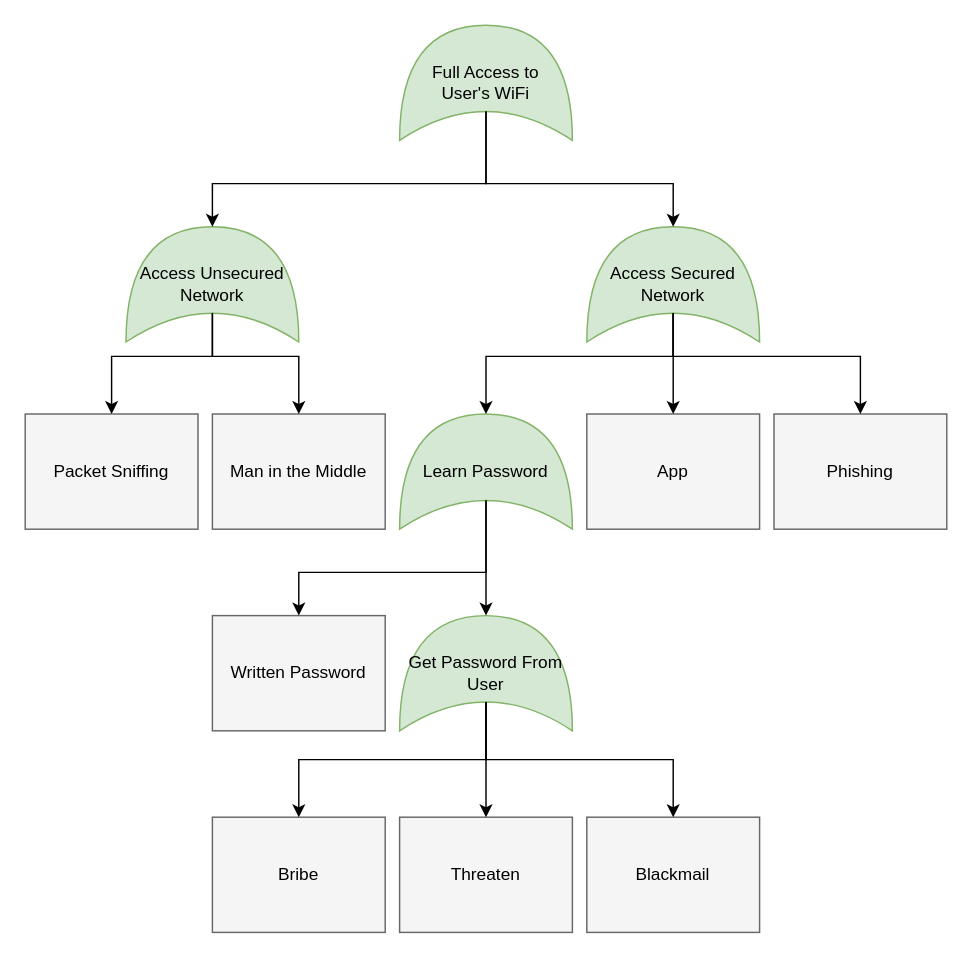
Above: page "Attack Tree" (4 of 11) of duk_website.drawio in 00Himanshu/System-Security-and-Risk-Analysis (draw.io), before the change. Source tidied: cells renumbered, new cells numbered last; positions are measured from the earlier drawing's top-left corner, leaving out a move shared by most shapes. Both pictures are drawn from the tidied source at 144%, with x=0, y=0 at pixel (24, 24).
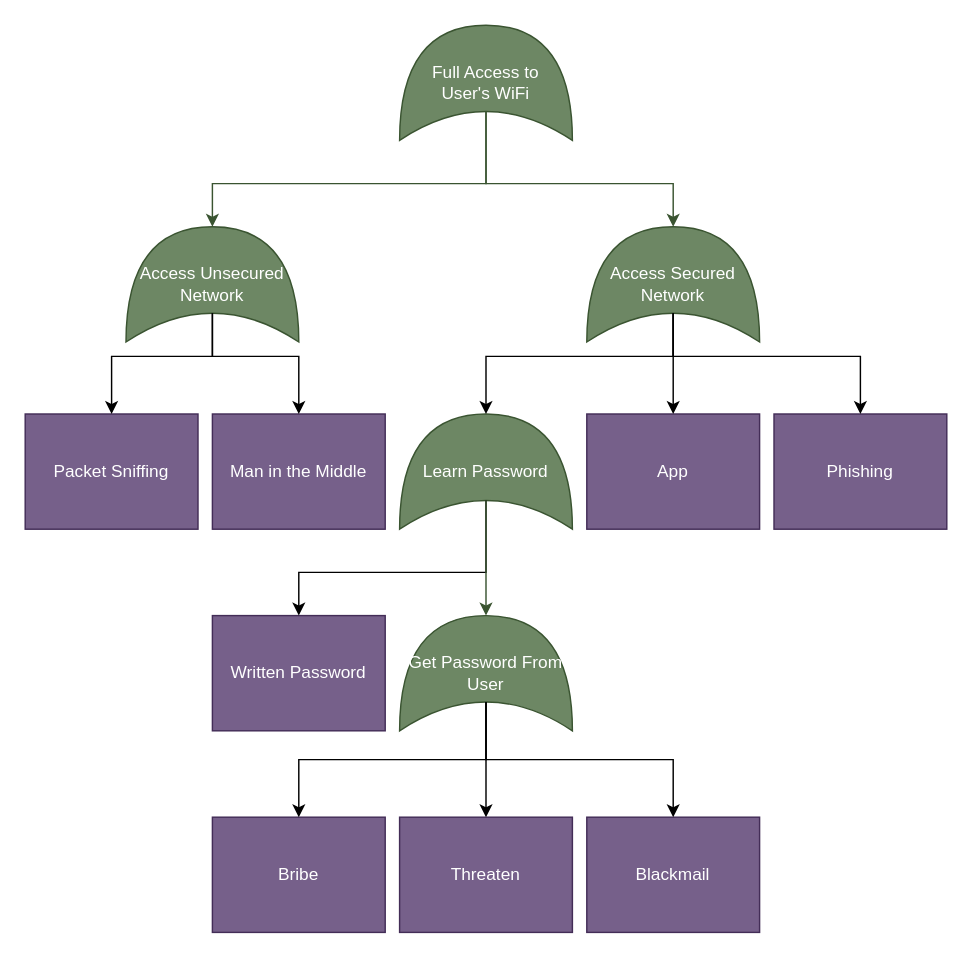
Above is the later version.

Diff of the diagram source:
```diff
@@
-    <mxCell id="2" value="Full Access to &lt;br&gt;User's WiFi" style="shape=xor;whiteSpace=wrap;html=1;fillColor=#d5e8d4;strokeColor=#82b366;direction=north;" parent="1" vertex="1">
+    <mxCell id="2" value="Full Access to &lt;br&gt;User's WiFi" style="shape=xor;whiteSpace=wrap;html=1;fillColor=#6d8764;strokeColor=#3A5431;direction=north;fontColor=#ffffff;" parent="1" vertex="1">
       <mxGeometry x="260" width="120" height="80" as="geometry" />
     </mxCell>
-    <mxCell id="3" value="Access Secured Network" style="shape=xor;whiteSpace=wrap;html=1;fillColor=#d5e8d4;strokeColor=#82b366;direction=north;" parent="1" vertex="1">
+    <mxCell id="3" value="Access Secured Network" style="shape=xor;whiteSpace=wrap;html=1;fillColor=#6d8764;strokeColor=#3A5431;direction=north;fontColor=#ffffff;" parent="1" vertex="1">
       <mxGeometry x="390" y="140" width="120" height="80" as="geometry" />
     </mxCell>
-    <mxCell id="4" style="edgeStyle=orthogonalEdgeStyle;rounded=0;jettySize=auto;html=1;exitX=0.25;exitY=0.5;exitDx=0;exitDy=0;exitPerimeter=0;entryX=1;entryY=0.5;entryDx=0;entryDy=0;entryPerimeter=0;" parent="1" edge="1" source="2" target="3">
+    <mxCell id="4" style="edgeStyle=orthogonalEdgeStyle;rounded=0;jettySize=auto;html=1;exitX=0.25;exitY=0.5;exitDx=0;exitDy=0;exitPerimeter=0;entryX=1;entryY=0.5;entryDx=0;entryDy=0;entryPerimeter=0;fillColor=#6d8764;strokeColor=#3A5431;" parent="1" edge="1" source="2" target="3">
       <mxGeometry relative="1" as="geometry">
         <Array as="points">
           <mxPoint x="320" y="110" />
           <mxPoint x="450" y="110" />
         </Array>
       </mxGeometry>
     </mxCell>
-    <mxCell id="5" value="Access Unsecured Network" style="shape=xor;whiteSpace=wrap;html=1;fillColor=#d5e8d4;strokeColor=#82b366;direction=north;" parent="1" vertex="1">
+    <mxCell id="5" value="Access Unsecured Network" style="shape=xor;whiteSpace=wrap;html=1;fillColor=#6d8764;strokeColor=#3A5431;direction=north;fontColor=#ffffff;" parent="1" vertex="1">
       <mxGeometry x="70" y="140" width="120" height="80" as="geometry" />
     </mxCell>
-    <mxCell id="6" style="edgeStyle=orthogonalEdgeStyle;rounded=0;jettySize=auto;html=1;exitX=0.25;exitY=0.5;exitDx=0;exitDy=0;exitPerimeter=0;entryX=1;entryY=0.5;entryDx=0;entryDy=0;entryPerimeter=0;" parent="1" edge="1" source="2" target="5">
+    <mxCell id="6" style="edgeStyle=orthogonalEdgeStyle;rounded=0;jettySize=auto;html=1;exitX=0.25;exitY=0.5;exitDx=0;exitDy=0;exitPerimeter=0;entryX=1;entryY=0.5;entryDx=0;entryDy=0;entryPerimeter=0;fillColor=#6d8764;strokeColor=#3A5431;" parent="1" edge="1" source="2" target="5">
       <mxGeometry relative="1" as="geometry">
         <Array as="points">
           <mxPoint x="320" y="110" />
           <mxPoint x="130" y="110" />
         </Array>
       </mxGeometry>
     </mxCell>
-    <mxCell id="7" value="App" style="rounded=0;whiteSpace=wrap;html=1;fillColor=#f5f5f5;strokeColor=#666666;" parent="1" vertex="1">
+    <mxCell id="7" value="App" style="rounded=0;whiteSpace=wrap;html=1;fillColor=#76608a;strokeColor=#432D57;fontColor=#ffffff;" parent="1" vertex="1">
       <mxGeometry x="390" y="270" width="120" height="80" as="geometry" />
     </mxCell>
@@
-    <mxCell id="9" value="Phishing" style="rounded=0;whiteSpace=wrap;html=1;fillColor=#f5f5f5;strokeColor=#666666;" parent="1" vertex="1">
+    <mxCell id="9" value="Phishing" style="rounded=0;whiteSpace=wrap;html=1;fillColor=#76608a;strokeColor=#432D57;fontColor=#ffffff;" parent="1" vertex="1">
       <mxGeometry x="520" y="270" width="120" height="80" as="geometry" />
     </mxCell>
@@
-    <mxCell id="11" value="Man in the Middle" style="rounded=0;whiteSpace=wrap;html=1;fillColor=#f5f5f5;strokeColor=#666666;" parent="1" vertex="1">
+    <mxCell id="11" value="Man in the Middle" style="rounded=0;whiteSpace=wrap;html=1;fillColor=#76608a;strokeColor=#432D57;fontColor=#ffffff;" parent="1" vertex="1">
       <mxGeometry x="130" y="270" width="120" height="80" as="geometry" />
     </mxCell>
@@
-    <mxCell id="13" value="Packet Sniffing" style="rounded=0;whiteSpace=wrap;html=1;fillColor=#f5f5f5;strokeColor=#666666;" parent="1" vertex="1">
+    <mxCell id="13" value="Packet Sniffing" style="rounded=0;whiteSpace=wrap;html=1;fillColor=#76608a;strokeColor=#432D57;fontColor=#ffffff;" parent="1" vertex="1">
       <mxGeometry y="270" width="120" height="80" as="geometry" />
     </mxCell>
@@
-    <mxCell id="15" value="Learn Password" style="shape=xor;whiteSpace=wrap;html=1;fillColor=#d5e8d4;strokeColor=#82b366;direction=north;" parent="1" vertex="1">
+    <mxCell id="15" value="Learn Password" style="shape=xor;whiteSpace=wrap;html=1;fillColor=#6d8764;strokeColor=#3A5431;direction=north;fontColor=#ffffff;" parent="1" vertex="1">
       <mxGeometry x="260" y="270" width="120" height="80" as="geometry" />
     </mxCell>
@@
-    <mxCell id="17" value="Written Password" style="rounded=0;whiteSpace=wrap;html=1;fillColor=#f5f5f5;strokeColor=#666666;" parent="1" vertex="1">
+    <mxCell id="17" value="Written Password" style="rounded=0;whiteSpace=wrap;html=1;fillColor=#76608a;strokeColor=#432D57;fontColor=#ffffff;" parent="1" vertex="1">
       <mxGeometry x="130" y="410" width="120" height="80" as="geometry" />
     </mxCell>
@@
-    <mxCell id="19" value="Get Password From User" style="shape=xor;whiteSpace=wrap;html=1;fillColor=#d5e8d4;strokeColor=#82b366;direction=north;" parent="1" vertex="1">
+    <mxCell id="19" value="Get Password From User" style="shape=xor;whiteSpace=wrap;html=1;fillColor=#6d8764;strokeColor=#3A5431;direction=north;fontColor=#ffffff;" parent="1" vertex="1">
       <mxGeometry x="260" y="410" width="120" height="80" as="geometry" />
     </mxCell>
-    <mxCell id="20" style="edgeStyle=orthogonalEdgeStyle;rounded=0;jettySize=auto;html=1;exitX=0.25;exitY=0.5;exitDx=0;exitDy=0;exitPerimeter=0;" parent="1" edge="1" source="15" target="19">
+    <mxCell id="20" style="edgeStyle=orthogonalEdgeStyle;rounded=0;jettySize=auto;html=1;exitX=0.25;exitY=0.5;exitDx=0;exitDy=0;exitPerimeter=0;fillColor=#6d8764;strokeColor=#3A5431;" parent="1" edge="1" source="15" target="19">
       <mxGeometry relative="1" as="geometry" />
     </mxCell>
-    <mxCell id="21" value="Threaten" style="rounded=0;whiteSpace=wrap;html=1;fillColor=#f5f5f5;strokeColor=#666666;" parent="1" vertex="1">
+    <mxCell id="21" value="Threaten" style="rounded=0;whiteSpace=wrap;html=1;fillColor=#76608a;strokeColor=#432D57;fontColor=#ffffff;" parent="1" vertex="1">
       <mxGeometry x="260" y="550" width="120" height="80" as="geometry" />
     </mxCell>
@@
-    <mxCell id="23" value="Bribe" style="rounded=0;whiteSpace=wrap;html=1;fillColor=#f5f5f5;strokeColor=#666666;" parent="1" vertex="1">
+    <mxCell id="23" value="Bribe" style="rounded=0;whiteSpace=wrap;html=1;fillColor=#76608a;strokeColor=#432D57;fontColor=#ffffff;" parent="1" vertex="1">
       <mxGeometry x="130" y="550" width="120" height="80" as="geometry" />
     </mxCell>
@@
-    <mxCell id="25" value="Blackmail" style="rounded=0;whiteSpace=wrap;html=1;fillColor=#f5f5f5;strokeColor=#666666;" parent="1" vertex="1">
+    <mxCell id="25" value="Blackmail" style="rounded=0;whiteSpace=wrap;html=1;fillColor=#76608a;strokeColor=#432D57;fontColor=#ffffff;" parent="1" vertex="1">
       <mxGeometry x="390" y="550" width="120" height="80" as="geometry" />
     </mxCell>
```
